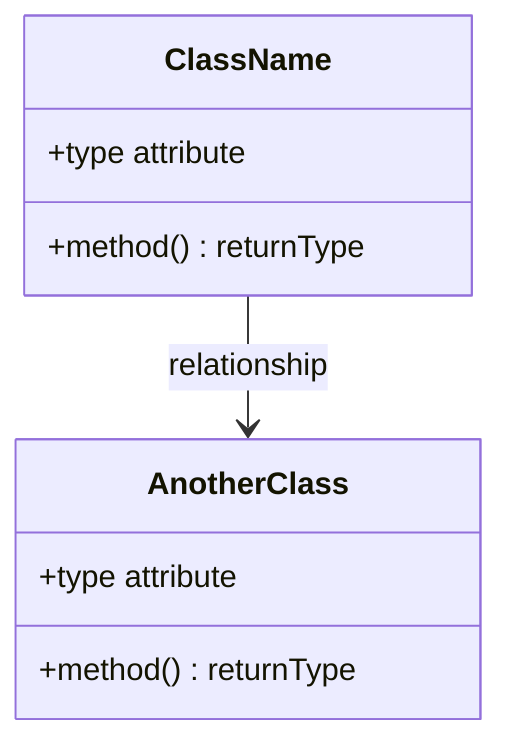
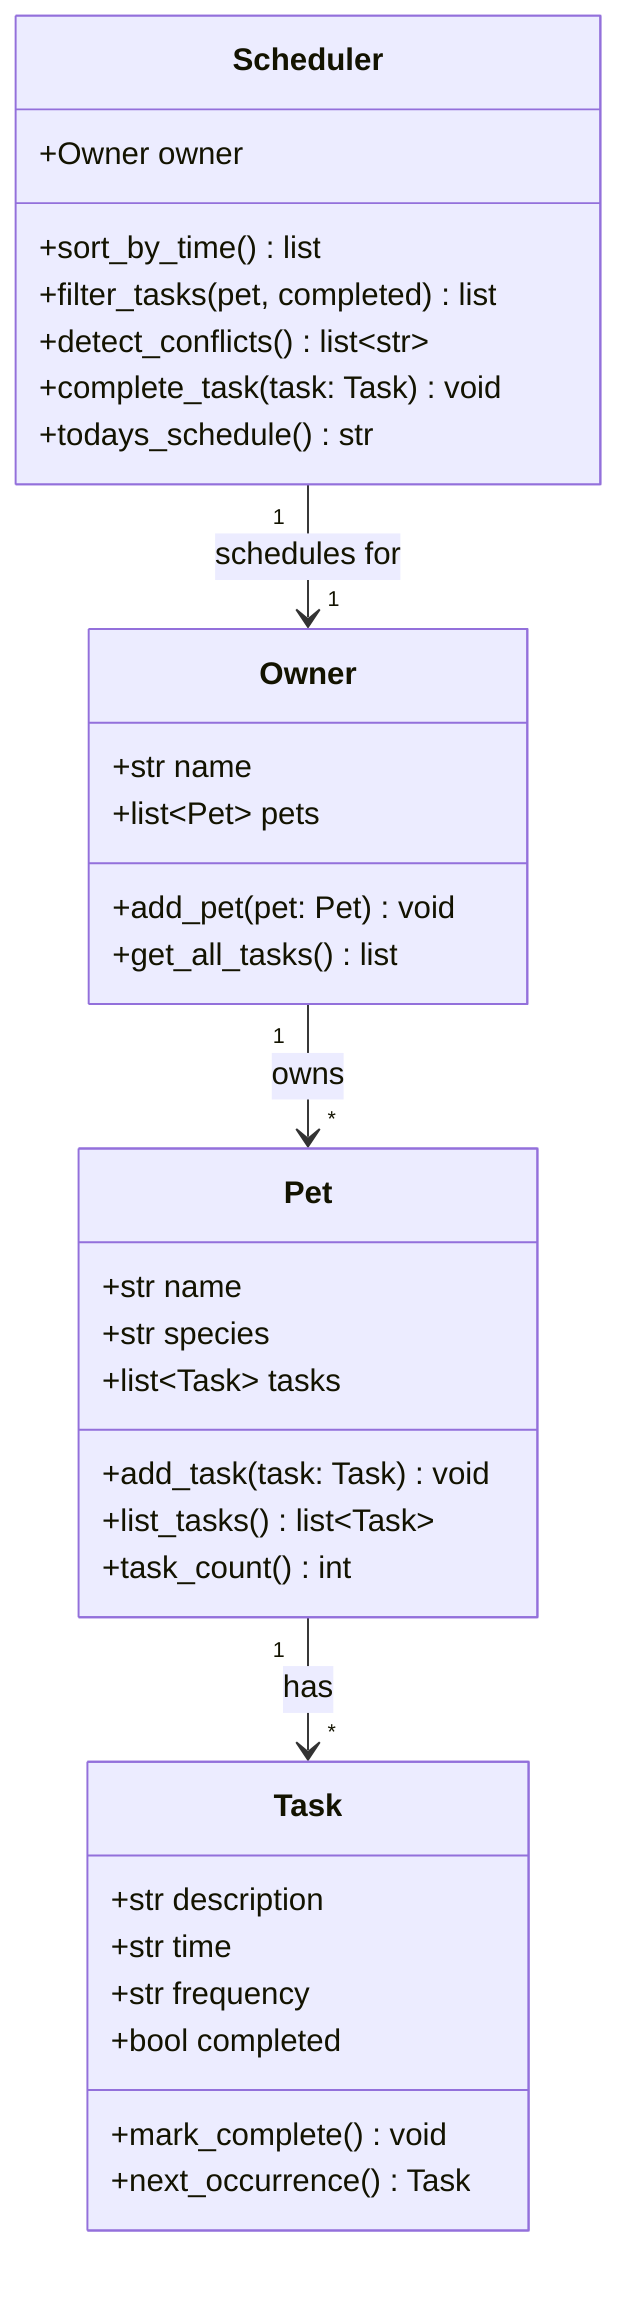
classDiagram
-     %% Replace the placeholders below with your actual classes, attributes, methods, and relationships.
-     %% Keep this file updated so it matches your final implementation.
- 
-     class ClassName {
-         +type attribute
-         +method() returnType
+     class Task {
+         +str description
+         +str time
+         +str frequency
+         +bool completed
+         +mark_complete() void
+         +next_occurrence() Task
    }

-     class AnotherClass {
-         +type attribute
-         +method() returnType
+     class Pet {
+         +str name
+         +str species
+         +list~Task~ tasks
+         +add_task(task: Task) void
+         +list_tasks() list~Task~
+         +task_count() int
    }

-     ClassName --> AnotherClass : relationship
+     class Owner {
+         +str name
+         +list~Pet~ pets
+         +add_pet(pet: Pet) void
+         +get_all_tasks() list
+     }
+ 
+     class Scheduler {
+         +Owner owner
+         +sort_by_time() list
+         +filter_tasks(pet, completed) list
+         +detect_conflicts() list~str~
+         +complete_task(task: Task) void
+         +todays_schedule() str
+     }
+ 
+     Owner "1" --> "*" Pet : owns
+     Pet "1" --> "*" Task : has
+     Scheduler "1" --> "1" Owner : schedules for
